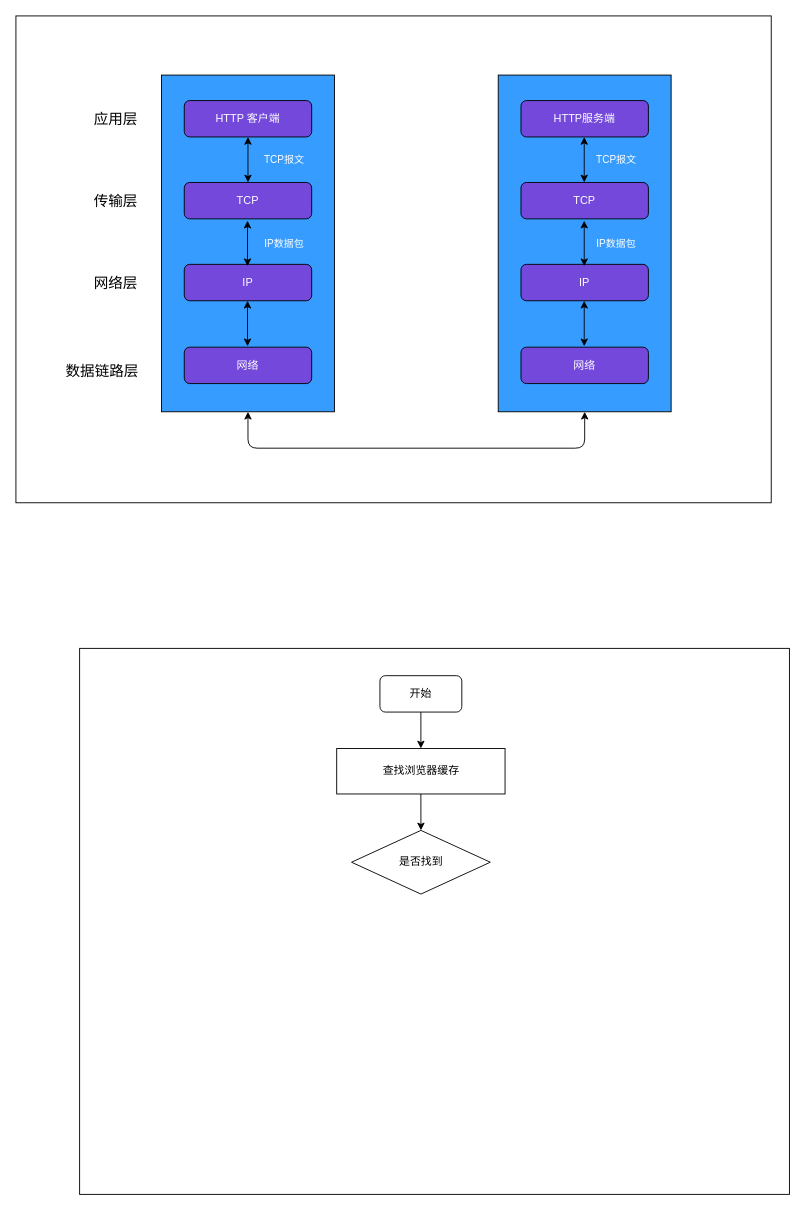
Earlier version of the draw.io diagram HTTPS.drawio (WJCHumble/graph-asserts). Source tidied: cells renumbered, new cells numbered last; positions are measured from the earlier drawing's top-left corner, leaving out a move shared by most shapes. Both pictures are drawn from the tidied source at 91%, with x=0, y=0 at pixel (15, 15).
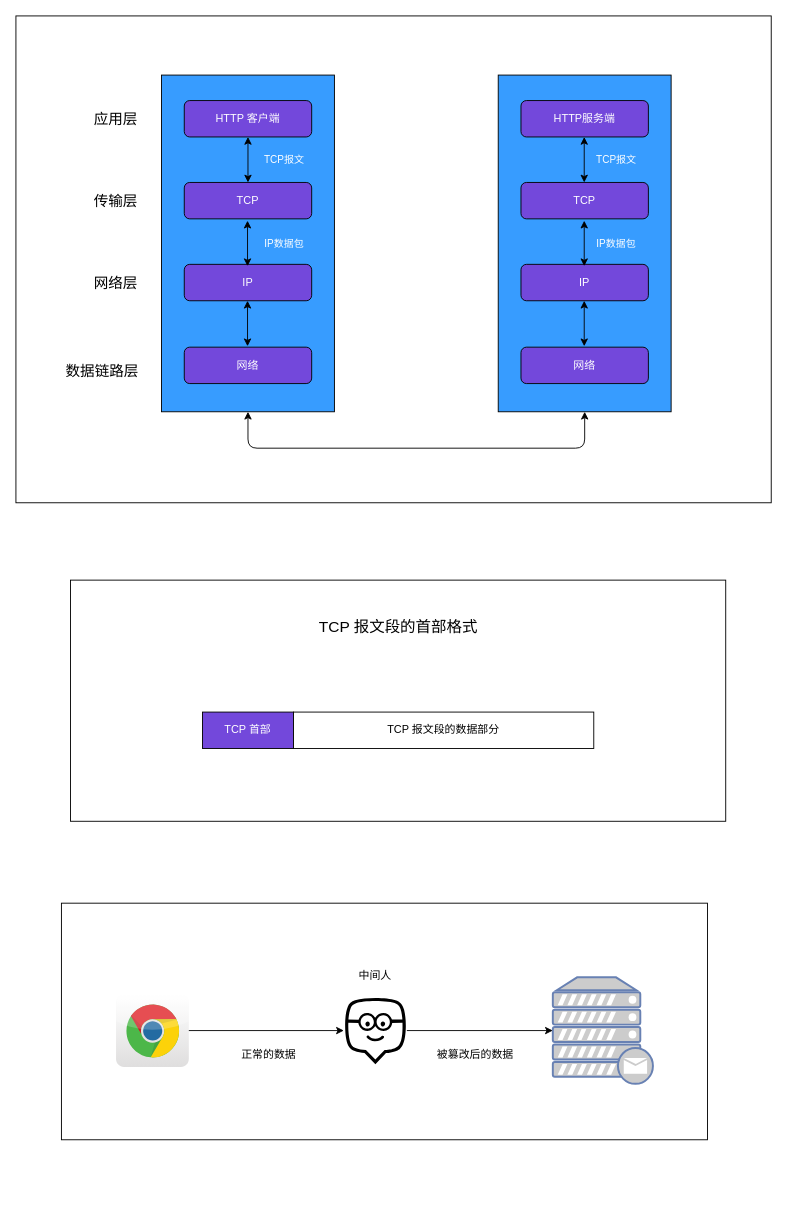
Above is the later version.

Change to the diagram source:
```diff
@@
-<mxGraphModel>
+<mxGraphModel background="#ffffff">
@@
-    <mxCell id="28" style="rounded=0;whiteSpace=wrap;html=1;fillColor=#FFFFFF;" parent="1" vertex="1">
-      <mxGeometry x="70" y="695" width="780" height="600" as="geometry" />
-    </mxCell>
-    <mxCell id="29" style="edgeStyle=orthogonalEdgeStyle;rounded=0;jettySize=auto;html=1;exitX=0.5;exitY=1;exitDx=0;exitDy=0;entryX=0.5;entryY=0;entryDx=0;entryDy=0;" parent="1" edge="1" source="30" target="32">
-      <mxGeometry relative="1" as="geometry" />
-    </mxCell>
-    <mxCell id="30" value="开始" style="rounded=1;whiteSpace=wrap;html=1;fillColor=#FFFFFF;" parent="1" vertex="1">
-      <mxGeometry x="400" y="725" width="90" height="40" as="geometry" />
-    </mxCell>
-    <mxCell id="31" style="edgeStyle=orthogonalEdgeStyle;rounded=0;jettySize=auto;html=1;exitX=0.5;exitY=1;exitDx=0;exitDy=0;" parent="1" edge="1" source="32" target="33">
-      <mxGeometry relative="1" as="geometry" />
-    </mxCell>
-    <mxCell id="32" value="查找浏览器缓存" style="rounded=0;whiteSpace=wrap;html=1;fillColor=#FFFFFF;" parent="1" vertex="1">
-      <mxGeometry x="352.5" y="805" width="185" height="50" as="geometry" />
-    </mxCell>
-    <mxCell id="33" value="是否找到" style="rhombus;whiteSpace=wrap;html=1;fillColor=#FFFFFF;" parent="1" vertex="1">
-      <mxGeometry x="368.8" y="895" width="152.5" height="70" as="geometry" />
-    </mxCell>
+    <mxCell id="34" style="rounded=0;whiteSpace=wrap;html=1;fillColor=#FFFFFF;" parent="1" vertex="1">
+      <mxGeometry x="60" y="620" width="720" height="265" as="geometry" />
+    </mxCell>
+    <mxCell id="35" value="&lt;font color=&quot;#ffffff&quot;&gt;TCP 首部&lt;/font&gt;" style="rounded=0;whiteSpace=wrap;html=1;fillColor=#7348DB;" parent="1" vertex="1">
+      <mxGeometry x="205" y="765" width="100" height="40" as="geometry" />
+    </mxCell>
+    <mxCell id="36" value="TCP 报文段的数据部分" style="rounded=0;whiteSpace=wrap;html=1;fillColor=#FFFFFF;" parent="1" vertex="1">
+      <mxGeometry x="305" y="765" width="330" height="40" as="geometry" />
+    </mxCell>
+    <mxCell id="37" value="&lt;font style=&quot;font-size: 17px&quot;&gt;TCP 报文段的首部格式&lt;/font&gt;" style="text;html=1;strokeColor=none;fillColor=none;align=center;verticalAlign=middle;whiteSpace=wrap;rounded=0;" parent="1" vertex="1">
+      <mxGeometry x="312.5" y="668" width="215" height="10" as="geometry" />
+    </mxCell>
+    <mxCell id="38" style="rounded=0;whiteSpace=wrap;html=1;fillColor=#FFFFFF;" parent="1" vertex="1">
+      <mxGeometry x="50" y="975" width="710" height="260" as="geometry" />
+    </mxCell>
+    <mxCell id="39" style="dashed=0;outlineConnect=0;html=1;align=center;labelPosition=center;verticalLabelPosition=bottom;verticalAlign=top;shape=mxgraph.webicons.chrome;gradientColor=#DFDEDE;" parent="1" vertex="1">
+      <mxGeometry x="110" y="1075" width="80" height="80" as="geometry" />
+    </mxCell>
+    <mxCell id="40" style="fontColor=#0066CC;verticalAlign=top;verticalLabelPosition=bottom;labelPosition=center;align=center;html=1;outlineConnect=0;fillColor=#CCCCCC;strokeColor=#6881B3;gradientColor=none;gradientDirection=north;strokeWidth=2;shape=mxgraph.networks.mail_server;" parent="1" vertex="1">
+      <mxGeometry x="590" y="1056.5" width="110" height="117" as="geometry" />
+    </mxCell>
+    <mxCell id="41" style="dashed=0;outlineConnect=0;html=1;align=center;labelPosition=center;verticalLabelPosition=bottom;verticalAlign=top;shape=mxgraph.weblogos.edmodo;strokeColor=none;fillColor=#000000;" parent="1" vertex="1">
+      <mxGeometry x="360.4" y="1078.1" width="69.2" height="73.8" as="geometry" />
+    </mxCell>
+    <mxCell id="42" style="endArrow=classic;html=1;" parent="1" edge="1" source="39" target="41">
+      <mxGeometry relative="1" as="geometry" />
+    </mxCell>
+    <mxCell id="43" value="中间人" style="text;html=1;strokeColor=none;fillColor=none;align=center;verticalAlign=middle;whiteSpace=wrap;rounded=0;" parent="1" vertex="1">
+      <mxGeometry x="359.6" y="1045" width="70" height="20" as="geometry" />
+    </mxCell>
+    <mxCell id="44" value="正常的数据" style="text;html=1;strokeColor=none;fillColor=none;align=center;verticalAlign=middle;whiteSpace=wrap;rounded=0;" parent="1" vertex="1">
+      <mxGeometry x="242.5" y="1131.9" width="70" height="20" as="geometry" />
+    </mxCell>
+    <mxCell id="45" value="被篡改后的数据" style="text;html=1;strokeColor=none;fillColor=none;align=center;verticalAlign=middle;whiteSpace=wrap;rounded=0;" parent="1" vertex="1">
+      <mxGeometry x="455" y="1131.9" width="100" height="20" as="geometry" />
+    </mxCell>
+    <mxCell id="46" style="endArrow=classic;html=1;" parent="1" edge="1" source="41" target="40">
+      <mxGeometry relative="1" as="geometry" />
+    </mxCell>
```
